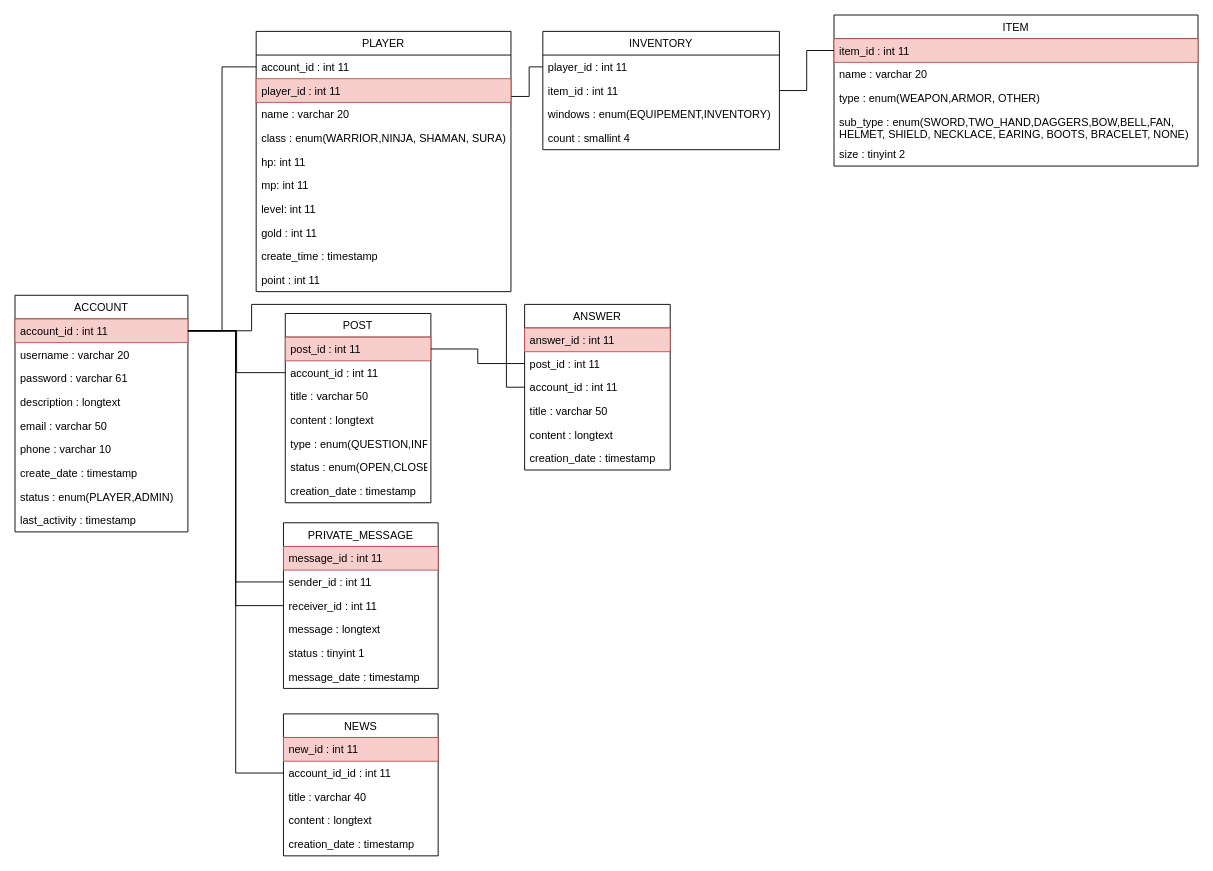
Earlier version of the draw.io diagram other/projet_web.drawio (Ianis-Bordrez/projet_web). Source tidied: cells renumbered, new cells numbered last; positions are measured from the earlier drawing's top-left corner, leaving out a move shared by most shapes. Both pictures are drawn from the tidied source at 91%, with x=0, y=0 at pixel (15, 15).
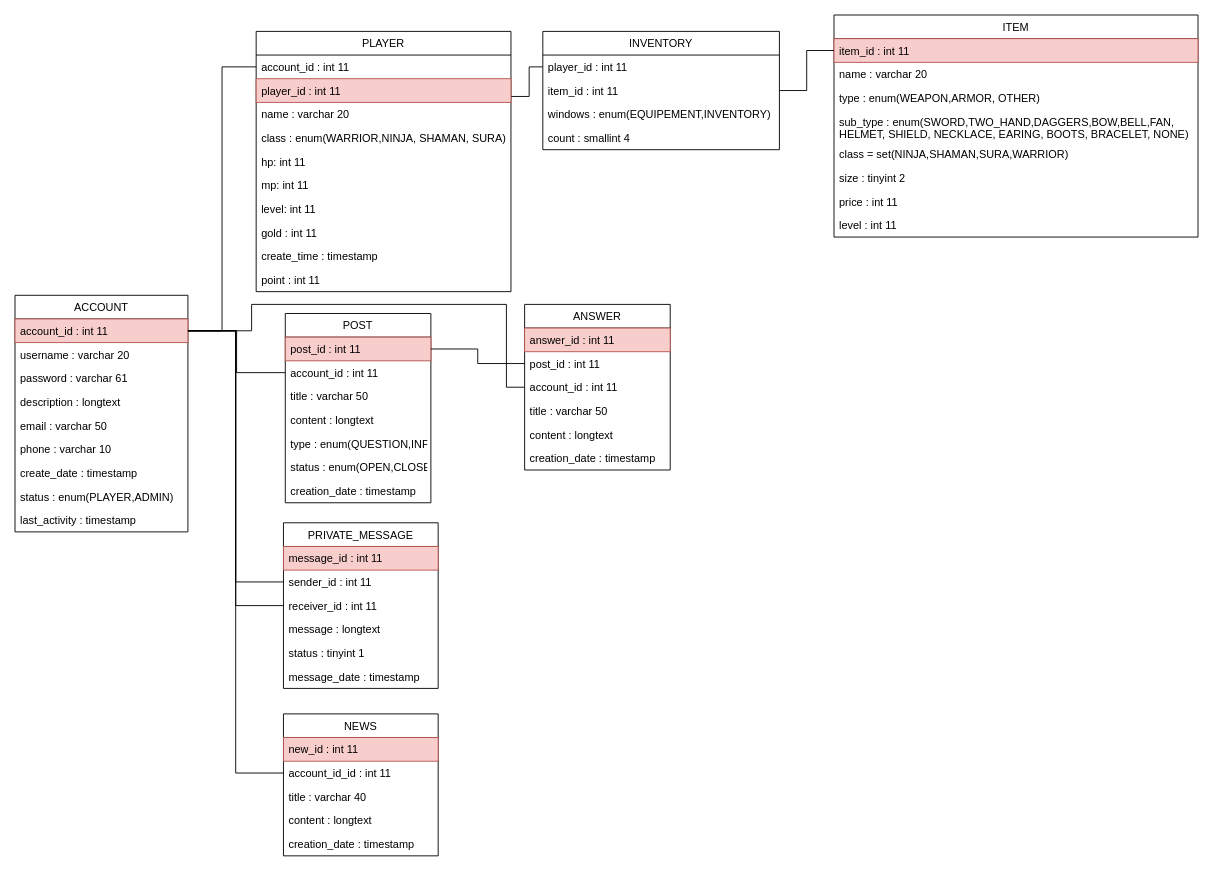
The same page after the edit.

Commit message (it also covers changes not shown here):
add class col for items

Change to the diagram source:
```diff
@@
     <mxCell id="53" value="ITEM" style="swimlane;fontStyle=0;horizontal=1;startSize=26;fillColor=none;" parent="1" vertex="1">
-      <mxGeometry x="900" width="400" height="166" as="geometry" />
+      <mxGeometry x="900" width="400" height="244" as="geometry" />
     </mxCell>
@@
+    <mxCell id="71" value="class = set(NINJA,SHAMAN,SURA,WARRIOR)" style="text;strokeColor=none;fillColor=none;align=left;verticalAlign=top;spacingLeft=4;spacingRight=4;overflow=hidden;" parent="53" vertex="1">
+      <mxGeometry y="140" width="400" height="26" as="geometry" />
+    </mxCell>
     <mxCell id="58" value="size : tinyint 2" style="text;strokeColor=none;fillColor=none;align=left;verticalAlign=top;spacingLeft=4;spacingRight=4;overflow=hidden;" parent="53" vertex="1">
-      <mxGeometry y="140" width="400" height="26" as="geometry" />
+      <mxGeometry y="166" width="400" height="26" as="geometry" />
     </mxCell>
+    <mxCell id="72" value="price : int 11" style="text;strokeColor=none;fillColor=none;align=left;verticalAlign=top;spacingLeft=4;spacingRight=4;overflow=hidden;" parent="53" vertex="1">
+      <mxGeometry y="192" width="400" height="26" as="geometry" />
+    </mxCell>
+    <mxCell id="73" value="level : int 11" style="text;strokeColor=none;fillColor=none;align=left;verticalAlign=top;spacingLeft=4;spacingRight=4;overflow=hidden;" parent="53" vertex="1">
+      <mxGeometry y="218" width="400" height="26" as="geometry" />
+    </mxCell>
```
